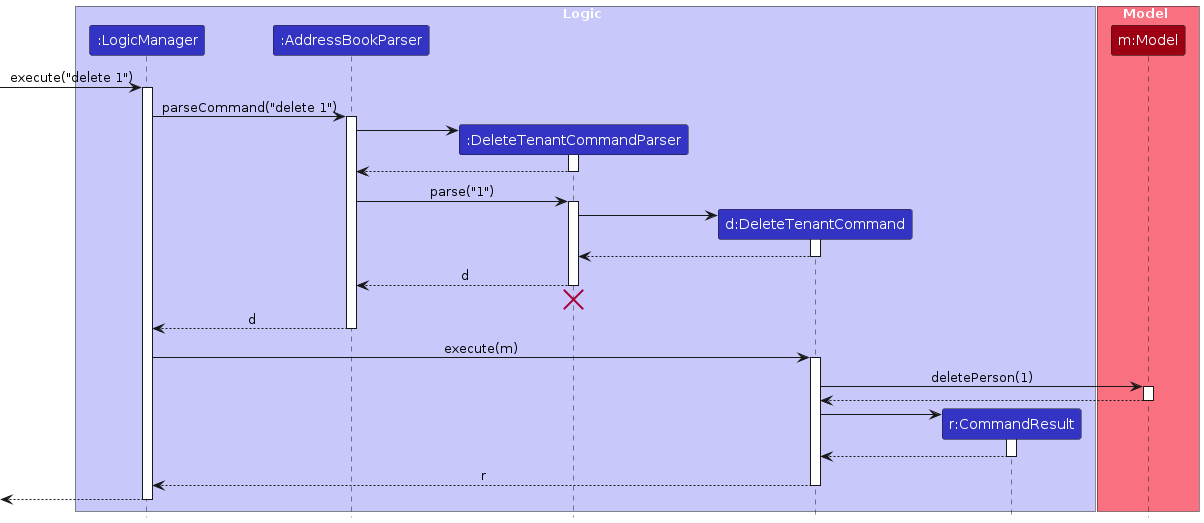
The PlantUML diagram diagrams/DeleteSequenceDiagram.png in AY2526S1-CS2103T-F08a-2/tp, before a commit. Its source is kept beside it as diagrams/DeleteSequenceDiagram.puml.
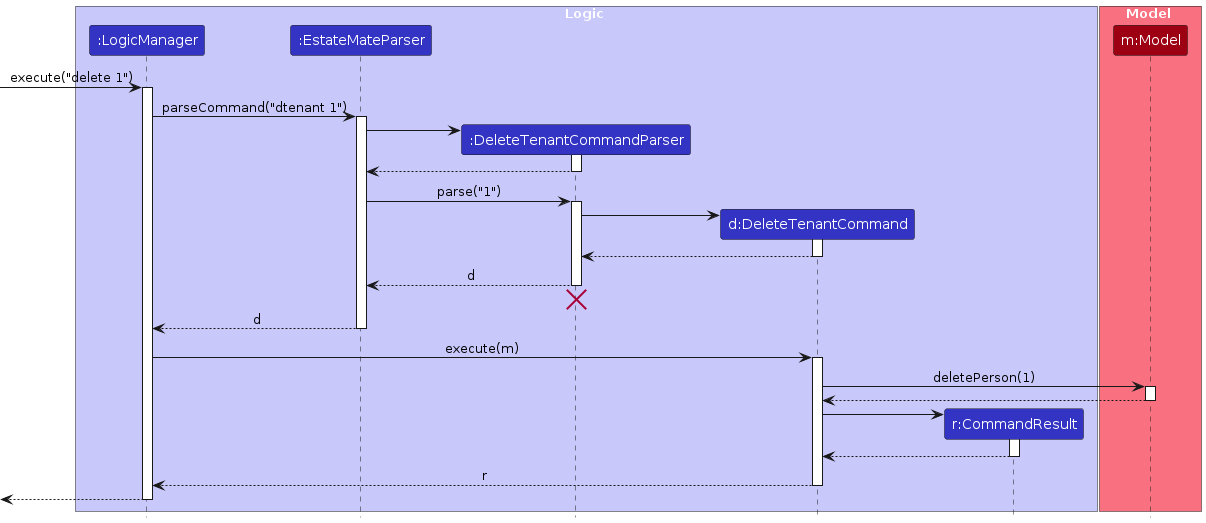
After the change.

The edit, as a diff of the source:
```diff
@@ -4,7 +4,7 @@
 
 box Logic LOGIC_COLOR_T1
 participant ":LogicManager" as LogicManager LOGIC_COLOR
-participant ":AddressBookParser" as AddressBookParser LOGIC_COLOR
+participant ":EstateMateParser" as EstateMateParser LOGIC_COLOR
 participant ":DeleteTenantCommandParser" as DeleteTenantCommandParser LOGIC_COLOR
 participant "d:DeleteTenantCommand" as DeleteTenantCommand LOGIC_COLOR
 participant "r:CommandResult" as CommandResult LOGIC_COLOR
@@ -17,17 +17,17 @@
 [-> LogicManager : execute("delete 1")
 activate LogicManager
 
-LogicManager -> AddressBookParser : parseCommand("delete 1")
-activate AddressBookParser
+LogicManager -> EstateMateParser : parseCommand("dtenant 1")
+activate EstateMateParser
 
 create DeleteTenantCommandParser
-AddressBookParser -> DeleteTenantCommandParser
+EstateMateParser -> DeleteTenantCommandParser
 activate DeleteTenantCommandParser
 
-DeleteTenantCommandParser --> AddressBookParser
+DeleteTenantCommandParser --> EstateMateParser
 deactivate DeleteTenantCommandParser
 
-AddressBookParser -> DeleteTenantCommandParser : parse("1")
+EstateMateParser -> DeleteTenantCommandParser : parse("1")
 activate DeleteTenantCommandParser
 
 create DeleteTenantCommand
@@ -37,13 +37,13 @@
 DeleteTenantCommand --> DeleteTenantCommandParser :
 deactivate DeleteTenantCommand
 
-DeleteTenantCommandParser --> AddressBookParser : d
+DeleteTenantCommandParser --> EstateMateParser : d
 deactivate DeleteTenantCommandParser
-DeleteTenantCommandParser -[hidden]-> AddressBookParser
+DeleteTenantCommandParser -[hidden]-> EstateMateParser
 destroy DeleteTenantCommandParser
 
-AddressBookParser --> LogicManager : d
-deactivate AddressBookParser
+EstateMateParser --> LogicManager : d
+deactivate EstateMateParser
 
 LogicManager -> DeleteTenantCommand : execute(m)
 activate DeleteTenantCommand
```
